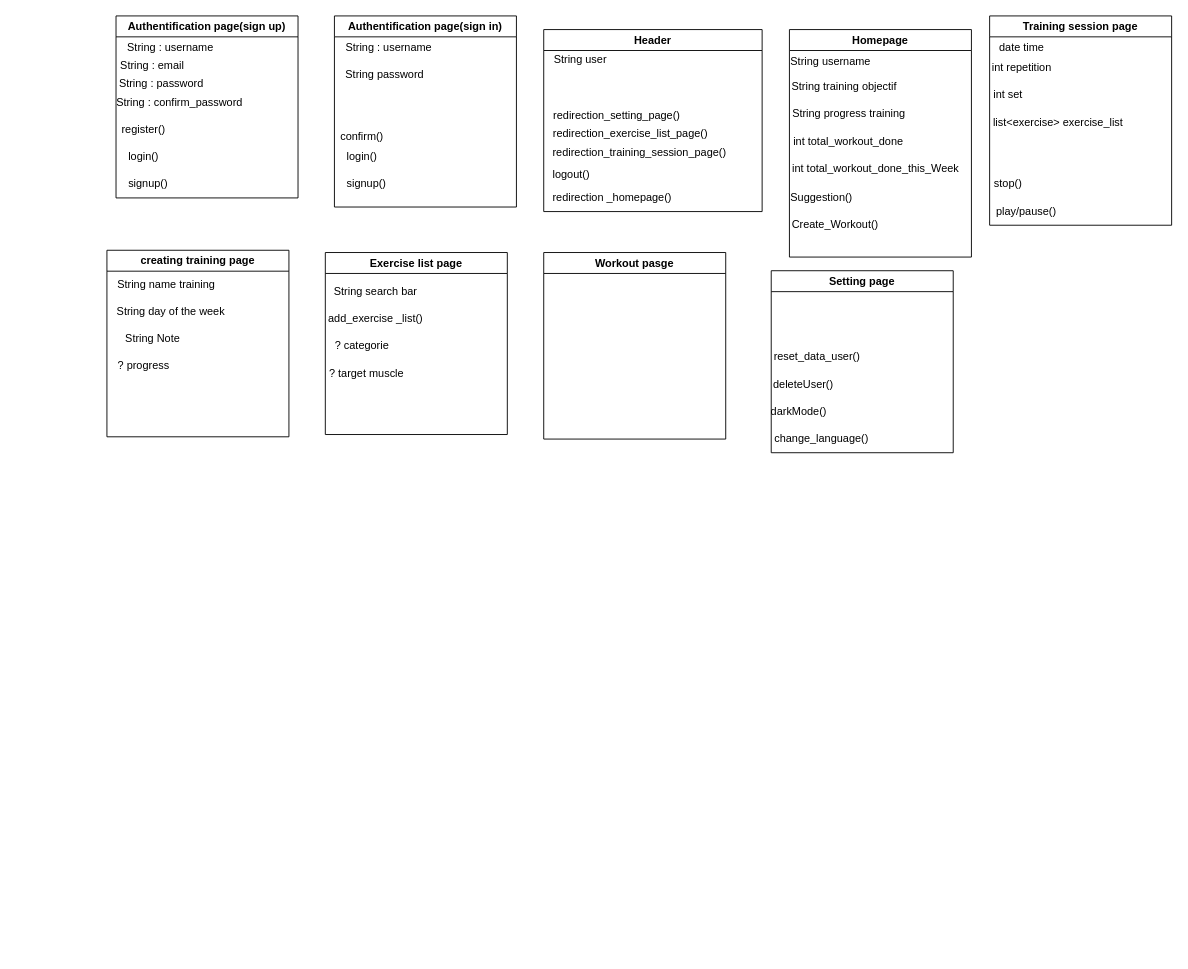
Earlier version of the draw.io diagram docs/Diagrams/xml/frontend_diagram_class.drawio (1880160/Projet_workout_wiki). Source tidied: cells renumbered, new cells numbered last; positions are measured from the earlier drawing's top-left corner, leaving out a move shared by most shapes. Both pictures are drawn from the tidied source at 91%, with x=0, y=0 at pixel (106, 15).
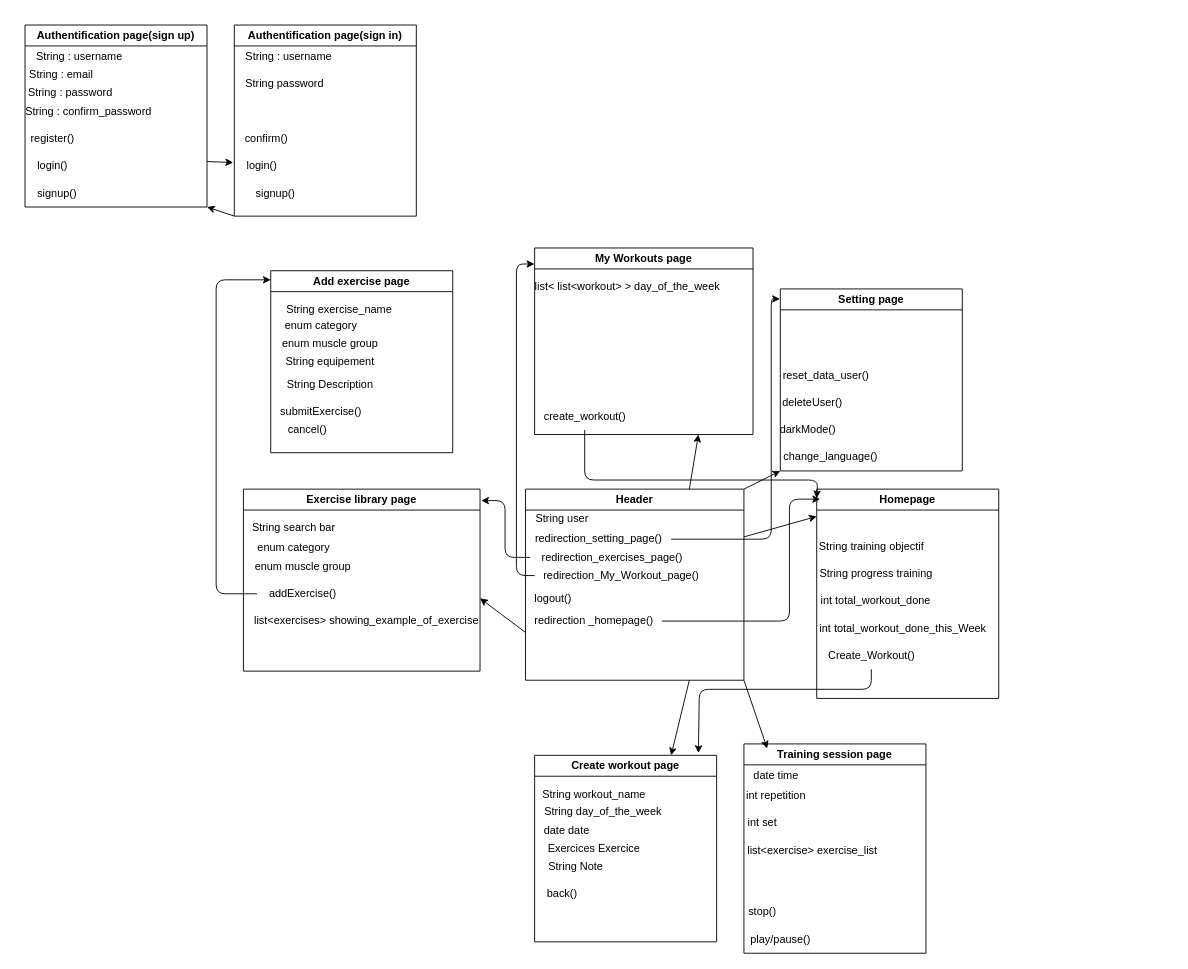
The same diagram, later.

Commit message:
frontend diagram_class updated

The change refers to these unchanged cells:
```xml
<mxCell id="44" value="login()" style="text;html=1;align=center;verticalAlign=middle;points=[];strokeColor=none;fillColor=none;" parent="43" vertex="1">
  <mxGeometry y="140" width="60" height="30" as="geometry" />
</mxCell>
```

The edit, as a diff of the source:
```diff
@@
-<mxGraphModel>
+<mxGraphModel background="#FFFFFF">
@@
     <mxCell id="2" value="Authentification page(sign up)" style="swimlane;whiteSpace=wrap;html=1;" parent="1" vertex="1">
-      <mxGeometry x="10" width="200" height="200" as="geometry" />
+      <mxGeometry x="-90" y="10" width="200" height="200" as="geometry" />
     </mxCell>
@@
+    <mxCell id="54" style="edgeStyle=none;html=1;exitX=1;exitY=0.25;exitDx=0;exitDy=0;" parent="1" edge="1" source="10">
+      <mxGeometry relative="1" as="geometry">
+        <mxPoint x="780" y="550" as="targetPoint" />
+      </mxGeometry>
+    </mxCell>
+    <mxCell id="55" style="edgeStyle=none;html=1;exitX=0.75;exitY=1;exitDx=0;exitDy=0;entryX=0.75;entryY=0;entryDx=0;entryDy=0;" parent="1" edge="1" source="10" target="68">
+      <mxGeometry relative="1" as="geometry" />
+    </mxCell>
+    <mxCell id="56" style="edgeStyle=none;html=1;exitX=1;exitY=0;exitDx=0;exitDy=0;entryX=0;entryY=1;entryDx=0;entryDy=0;" parent="1" edge="1" source="10" target="26">
+      <mxGeometry relative="1" as="geometry" />
+    </mxCell>
+    <mxCell id="57" style="edgeStyle=none;html=1;exitX=0.75;exitY=0;exitDx=0;exitDy=0;entryX=0.75;entryY=1;entryDx=0;entryDy=0;" parent="1" edge="1" source="10" target="25">
+      <mxGeometry relative="1" as="geometry" />
+    </mxCell>
+    <mxCell id="58" style="edgeStyle=none;html=1;exitX=0;exitY=0.75;exitDx=0;exitDy=0;" parent="1" edge="1" source="10">
+      <mxGeometry relative="1" as="geometry">
+        <mxPoint x="410" y="640" as="targetPoint" />
+      </mxGeometry>
+    </mxCell>
     <mxCell id="10" value="Header" style="swimlane;whiteSpace=wrap;html=1;startSize=23;" parent="1" vertex="1">
-      <mxGeometry x="480" y="15" width="240" height="200" as="geometry" />
+      <mxGeometry x="460" y="520" width="240" height="210" as="geometry" />
     </mxCell>
     <mxCell id="11" value="redirection _homepage()" style="text;html=1;align=center;verticalAlign=middle;points=[];strokeColor=none;fillColor=none;" parent="10" vertex="1">
-      <mxGeometry y="170" width="150" height="30" as="geometry" />
+      <mxGeometry y="130" width="150" height="30" as="geometry" />
     </mxCell>
     <mxCell id="12" value="logout()" style="text;html=1;align=center;verticalAlign=middle;strokeColor=none;fillColor=none;" parent="10" vertex="1">
-      <mxGeometry y="145" width="60" height="30" as="geometry" />
+      <mxGeometry y="105" width="60" height="30" as="geometry" />
     </mxCell>
-    <mxCell id="13" value="redirection_training_session_page()" style="text;html=1;align=center;verticalAlign=middle;points=[];strokeColor=none;fillColor=none;" parent="10" vertex="1">
-      <mxGeometry y="120" width="210" height="30" as="geometry" />
+    <mxCell id="13" value="redirection_My_Workout_page()" style="text;html=1;align=center;verticalAlign=middle;points=[];strokeColor=none;fillColor=none;" parent="10" vertex="1">
+      <mxGeometry x="10" y="80" width="190" height="30" as="geometry" />
     </mxCell>
-    <mxCell id="14" value="redirection_exercise_list_page()" style="text;html=1;align=center;verticalAlign=middle;points=[];strokeColor=none;fillColor=none;" parent="10" vertex="1">
-      <mxGeometry y="100" width="190" height="30" as="geometry" />
+    <mxCell id="14" value="redirection_exercises_page()" style="text;html=1;align=center;verticalAlign=middle;points=[];strokeColor=none;fillColor=none;" parent="10" vertex="1">
+      <mxGeometry x="5" y="60" width="180" height="30" as="geometry" />
     </mxCell>
     <mxCell id="15" value="redirection_setting_page()" style="text;html=1;align=center;verticalAlign=middle;points=[];strokeColor=none;fillColor=none;" parent="10" vertex="1">
-      <mxGeometry y="80" width="160" height="30" as="geometry" />
+      <mxGeometry y="40" width="160" height="30" as="geometry" />
     </mxCell>
@@
     <mxCell id="17" value="Homepage" style="swimlane;whiteSpace=wrap;html=1;" parent="1" vertex="1">
-      <mxGeometry x="750" y="15" width="200" height="250" as="geometry" />
+      <mxGeometry x="780" y="520" width="200" height="230" as="geometry" />
     </mxCell>
-    <mxCell id="18" value="String username" style="text;html=1;align=center;verticalAlign=middle;strokeColor=none;fillColor=none;" parent="17" vertex="1">
-      <mxGeometry x="-10" y="20" width="110" height="30" as="geometry" />
-    </mxCell>
@@
-    <mxCell id="21" value="Suggestion()" style="text;html=1;align=center;verticalAlign=middle;strokeColor=none;fillColor=none;" parent="17" vertex="1">
-      <mxGeometry x="-10" y="170" width="90" height="30" as="geometry" />
-    </mxCell>
@@
+    <mxCell id="59" style="edgeStyle=orthogonalEdgeStyle;html=1;" parent="17" edge="1" source="24">
+      <mxGeometry relative="1" as="geometry">
+        <mxPoint x="-130" y="290" as="targetPoint" />
+        <Array as="points">
+          <mxPoint x="60" y="220" />
+          <mxPoint x="-129" y="220" />
+          <mxPoint x="-129" y="290" />
+        </Array>
+      </mxGeometry>
+    </mxCell>
     <mxCell id="24" value="Create_Workout()" style="text;html=1;align=center;verticalAlign=middle;points=[];strokeColor=none;fillColor=none;" parent="17" vertex="1">
-      <mxGeometry x="-10" y="200" width="120" height="30" as="geometry" />
+      <mxGeometry y="168" width="120" height="30" as="geometry" />
     </mxCell>
-    <mxCell id="25" value="Workout pasge" style="swimlane;whiteSpace=wrap;html=1;" parent="1" vertex="1">
-      <mxGeometry x="480" y="260" width="200" height="205" as="geometry" />
+    <mxCell id="25" value="My Workouts page" style="swimlane;whiteSpace=wrap;html=1;" parent="1" vertex="1">
+      <mxGeometry x="470" y="255" width="240" height="205" as="geometry" />
     </mxCell>
+    <mxCell id="60" value="&amp;nbsp;list&amp;lt; list&amp;lt;workout&amp;gt; &amp;gt; day_of_the_week" style="text;html=1;align=center;verticalAlign=middle;strokeColor=none;fillColor=none;" parent="25" vertex="1">
+      <mxGeometry x="-15" y="28" width="230" height="30" as="geometry" />
+    </mxCell>
+    <mxCell id="61" style="edgeStyle=orthogonalEdgeStyle;html=1;" parent="25" edge="1" source="62">
+      <mxGeometry relative="1" as="geometry">
+        <mxPoint x="310" y="275" as="targetPoint" />
+        <Array as="points">
+          <mxPoint x="55" y="255" />
+          <mxPoint x="311" y="255" />
+          <mxPoint x="311" y="275" />
+        </Array>
+      </mxGeometry>
+    </mxCell>
+    <mxCell id="62" value="create_workout()" style="text;html=1;align=center;verticalAlign=middle;points=[];strokeColor=none;fillColor=none;" parent="25" vertex="1">
+      <mxGeometry y="170" width="110" height="30" as="geometry" />
+    </mxCell>
     <mxCell id="26" value="Setting page" style="swimlane;whiteSpace=wrap;html=1;" parent="1" vertex="1">
-      <mxGeometry x="730" y="280" width="200" height="200" as="geometry" />
+      <mxGeometry x="740" y="300" width="200" height="200" as="geometry" />
     </mxCell>
@@
-    <mxCell id="31" value="Exercise list page" style="swimlane;whiteSpace=wrap;html=1;" parent="1" vertex="1">
-      <mxGeometry x="240" y="260" width="200" height="200" as="geometry" />
+    <mxCell id="31" value="Exercise library page" style="swimlane;whiteSpace=wrap;html=1;" parent="1" vertex="1">
+      <mxGeometry x="150" y="520" width="260" height="200" as="geometry" />
     </mxCell>
@@
-    <mxCell id="33" value="add_exercise _list()" style="text;html=1;align=center;verticalAlign=middle;strokeColor=none;fillColor=none;" parent="31" vertex="1">
-      <mxGeometry x="-10" y="58" width="130" height="30" as="geometry" />
-    </mxCell>
-    <mxCell id="34" value="? categorie" style="text;html=1;align=center;verticalAlign=middle;strokeColor=none;fillColor=none;imageAlign=left;" parent="31" vertex="1">
-      <mxGeometry y="88" width="80" height="30" as="geometry" />
-    </mxCell>
-    <mxCell id="35" value="? target muscle" style="text;html=1;align=center;verticalAlign=middle;strokeColor=none;fillColor=none;imageAlign=left;" parent="31" vertex="1">
-      <mxGeometry x="-10" y="118" width="110" height="30" as="geometry" />
-    </mxCell>
+    <mxCell id="63" value="enum category" style="text;html=1;align=center;verticalAlign=middle;strokeColor=none;fillColor=none;" parent="31" vertex="1">
+      <mxGeometry x="5" y="50" width="100" height="30" as="geometry" />
+    </mxCell>
+    <mxCell id="64" value="enum muscle group" style="text;html=1;align=center;verticalAlign=middle;strokeColor=none;fillColor=none;" parent="31" vertex="1">
+      <mxGeometry y="70" width="130" height="30" as="geometry" />
+    </mxCell>
+    <mxCell id="65" value="addExercise()" style="text;html=1;align=center;verticalAlign=middle;points=[];strokeColor=none;fillColor=none;" parent="31" vertex="1">
+      <mxGeometry x="15" y="100" width="100" height="30" as="geometry" />
+    </mxCell>
+    <mxCell id="66" value="list&amp;lt;exercises&amp;gt; showing_example_of_exercise" style="text;html=1;align=center;verticalAlign=middle;strokeColor=none;fillColor=none;" parent="31" vertex="1">
+      <mxGeometry y="130" width="270" height="30" as="geometry" />
+    </mxCell>
     <mxCell id="36" value="Training session page" style="swimlane;whiteSpace=wrap;html=1;" parent="1" vertex="1">
-      <mxGeometry x="970" width="200" height="230" as="geometry" />
+      <mxGeometry x="700" y="800" width="200" height="230" as="geometry" />
     </mxCell>
@@
+    <mxCell id="67" style="edgeStyle=none;html=1;exitX=0;exitY=1;exitDx=0;exitDy=0;entryX=1;entryY=1;entryDx=0;entryDy=0;" parent="1" edge="1" source="43" target="2">
+      <mxGeometry relative="1" as="geometry" />
+    </mxCell>
     <mxCell id="43" value="Authentification page(sign in)" style="swimlane;whiteSpace=wrap;html=1;" parent="1" vertex="1">
-      <mxGeometry x="250" width="200" height="210" as="geometry" />
+      <mxGeometry x="140" y="10" width="200" height="210" as="geometry" />
     </mxCell>
@@
     <mxCell id="45" value="signup()" style="text;html=1;align=center;verticalAlign=middle;strokeColor=none;fillColor=none;" parent="43" vertex="1">
-      <mxGeometry y="170" width="70" height="30" as="geometry" />
+      <mxGeometry x="10" y="170" width="70" height="30" as="geometry" />
     </mxCell>
@@
-    <mxCell id="48" value="creating training page" style="swimlane;whiteSpace=wrap;html=1;" parent="1" vertex="1">
-      <mxGeometry y="257.5" width="200" height="205" as="geometry" />
-    </mxCell>
-    <mxCell id="49" value="String name training" style="text;html=1;align=center;verticalAlign=middle;strokeColor=none;fillColor=none;" parent="48" vertex="1">
-      <mxGeometry y="22.5" width="130" height="30" as="geometry" />
-    </mxCell>
-    <mxCell id="50" value="String day of the week" style="text;html=1;align=center;verticalAlign=middle;strokeColor=none;fillColor=none;" parent="48" vertex="1">
-      <mxGeometry y="52.5" width="140" height="30" as="geometry" />
-    </mxCell>
-    <mxCell id="51" value="? progress" style="text;html=1;align=center;verticalAlign=middle;strokeColor=none;fillColor=none;" parent="48" vertex="1">
-      <mxGeometry y="112.5" width="80" height="30" as="geometry" />
-    </mxCell>
+    <mxCell id="53" value="confirm()" style="text;html=1;align=center;verticalAlign=middle;strokeColor=none;fillColor=none;" parent="43" vertex="1">
+      <mxGeometry y="110" width="70" height="30" as="geometry" />
+    </mxCell>
+    <mxCell id="68" value="Create workout page" style="swimlane;whiteSpace=wrap;html=1;" parent="1" vertex="1">
+      <mxGeometry x="470" y="812.5" width="200" height="205" as="geometry" />
+    </mxCell>
+    <mxCell id="69" value="String workout_name" style="text;html=1;align=center;verticalAlign=middle;strokeColor=none;fillColor=none;" parent="68" vertex="1">
+      <mxGeometry x="-5" y="28" width="140" height="30" as="geometry" />
+    </mxCell>
+    <mxCell id="70" value="back()" style="text;html=1;align=center;verticalAlign=middle;strokeColor=none;fillColor=none;" parent="68" vertex="1">
+      <mxGeometry y="137.5" width="60" height="30" as="geometry" />
+    </mxCell>
+    <mxCell id="71" value="String day_of_the_week" style="text;html=1;align=center;verticalAlign=middle;strokeColor=none;fillColor=none;" parent="68" vertex="1">
+      <mxGeometry y="47.5" width="150" height="30" as="geometry" />
+    </mxCell>
+    <mxCell id="72" value="date date" style="text;html=1;align=center;verticalAlign=middle;strokeColor=none;fillColor=none;" parent="68" vertex="1">
+      <mxGeometry y="67.5" width="70" height="30" as="geometry" />
+    </mxCell>
+    <mxCell id="73" value="Exercices Exercice" style="text;html=1;align=center;verticalAlign=middle;strokeColor=none;fillColor=none;" parent="68" vertex="1">
+      <mxGeometry x="5" y="87.5" width="120" height="30" as="geometry" />
+    </mxCell>
-    <mxCell id="52" value="String Note" style="text;html=1;align=center;verticalAlign=middle;strokeColor=none;fillColor=none;" parent="48" vertex="1">
-      <mxGeometry x="10" y="82.5" width="80" height="30" as="geometry" />
+    <mxCell id="52" value="String Note" style="text;html=1;align=center;verticalAlign=middle;strokeColor=none;fillColor=none;" parent="68" vertex="1">
+      <mxGeometry x="5" y="107.5" width="80" height="30" as="geometry" />
     </mxCell>
-    <mxCell id="53" value="confirm()" style="text;html=1;align=center;verticalAlign=middle;strokeColor=none;fillColor=none;" parent="1" vertex="1">
-      <mxGeometry x="245" y="118" width="70" height="30" as="geometry" />
-    </mxCell>
+    <mxCell id="74" value="Add exercise page" style="swimlane;whiteSpace=wrap;html=1;" parent="1" vertex="1">
+      <mxGeometry x="180" y="280" width="200" height="200" as="geometry" />
+    </mxCell>
+    <mxCell id="75" value="String exercise_name" style="text;html=1;align=center;verticalAlign=middle;strokeColor=none;fillColor=none;" parent="74" vertex="1">
+      <mxGeometry x="5" y="28" width="140" height="30" as="geometry" />
+    </mxCell>
+    <mxCell id="76" value="enum category" style="text;html=1;align=center;verticalAlign=middle;strokeColor=none;fillColor=none;" parent="74" vertex="1">
+      <mxGeometry x="5" y="45" width="100" height="30" as="geometry" />
+    </mxCell>
+    <mxCell id="77" value="enum muscle group" style="text;html=1;align=center;verticalAlign=middle;strokeColor=none;fillColor=none;" parent="74" vertex="1">
+      <mxGeometry y="65" width="130" height="30" as="geometry" />
+    </mxCell>
+    <mxCell id="78" value="submitExercise()" style="text;html=1;align=center;verticalAlign=middle;strokeColor=none;fillColor=none;" parent="74" vertex="1">
+      <mxGeometry y="140" width="110" height="30" as="geometry" />
+    </mxCell>
+    <mxCell id="79" value="String equipement" style="text;html=1;align=center;verticalAlign=middle;strokeColor=none;fillColor=none;" parent="74" vertex="1">
+      <mxGeometry x="5" y="85" width="120" height="30" as="geometry" />
+    </mxCell>
+    <mxCell id="80" value="String Description" style="text;html=1;align=center;verticalAlign=middle;strokeColor=none;fillColor=none;" parent="74" vertex="1">
+      <mxGeometry x="5" y="110" width="120" height="30" as="geometry" />
+    </mxCell>
+    <mxCell id="81" value="cancel()" style="text;html=1;align=center;verticalAlign=middle;strokeColor=none;fillColor=none;" parent="74" vertex="1">
+      <mxGeometry x="5" y="160" width="70" height="30" as="geometry" />
+    </mxCell>
+    <mxCell id="82" style="edgeStyle=none;html=1;exitX=1;exitY=1;exitDx=0;exitDy=0;entryX=0.128;entryY=0.022;entryDx=0;entryDy=0;entryPerimeter=0;" parent="1" edge="1" source="10" target="36">
+      <mxGeometry relative="1" as="geometry" />
+    </mxCell>
+    <mxCell id="83" style="edgeStyle=none;html=1;exitX=1;exitY=0.75;exitDx=0;exitDy=0;entryX=-0.021;entryY=0.371;entryDx=0;entryDy=0;entryPerimeter=0;" parent="1" edge="1" source="2" target="44">
+      <mxGeometry relative="1" as="geometry" />
+    </mxCell>
+    <mxCell id="84" style="edgeStyle=orthogonalEdgeStyle;html=1;entryX=0;entryY=0.05;entryDx=0;entryDy=0;entryPerimeter=0;" parent="1" edge="1" source="65" target="74">
+      <mxGeometry relative="1" as="geometry">
+        <Array as="points">
+          <mxPoint x="120" y="635" />
+          <mxPoint x="120" y="290" />
+        </Array>
+      </mxGeometry>
+    </mxCell>
+    <mxCell id="85" style="edgeStyle=orthogonalEdgeStyle;html=1;entryX=-0.002;entryY=0.055;entryDx=0;entryDy=0;entryPerimeter=0;" parent="1" edge="1" source="15" target="26">
+      <mxGeometry relative="1" as="geometry">
+        <Array as="points">
+          <mxPoint x="730" y="575" />
+          <mxPoint x="730" y="311" />
+        </Array>
+      </mxGeometry>
+    </mxCell>
+    <mxCell id="86" style="edgeStyle=orthogonalEdgeStyle;html=1;entryX=1.005;entryY=0.063;entryDx=0;entryDy=0;entryPerimeter=0;" parent="1" edge="1" source="14" target="31">
+      <mxGeometry relative="1" as="geometry" />
+    </mxCell>
+    <mxCell id="87" style="edgeStyle=orthogonalEdgeStyle;html=1;entryX=-0.001;entryY=0.086;entryDx=0;entryDy=0;entryPerimeter=0;" parent="1" edge="1" source="13" target="25">
+      <mxGeometry relative="1" as="geometry">
+        <Array as="points">
+          <mxPoint x="450" y="615" />
+          <mxPoint x="450" y="273" />
+        </Array>
+      </mxGeometry>
+    </mxCell>
+    <mxCell id="88" style="edgeStyle=orthogonalEdgeStyle;html=1;entryX=0.019;entryY=0.048;entryDx=0;entryDy=0;entryPerimeter=0;" parent="1" edge="1" source="11" target="17">
+      <mxGeometry relative="1" as="geometry">
+        <Array as="points">
+          <mxPoint x="750" y="665" />
+          <mxPoint x="750" y="531" />
+        </Array>
+      </mxGeometry>
+    </mxCell>
```
